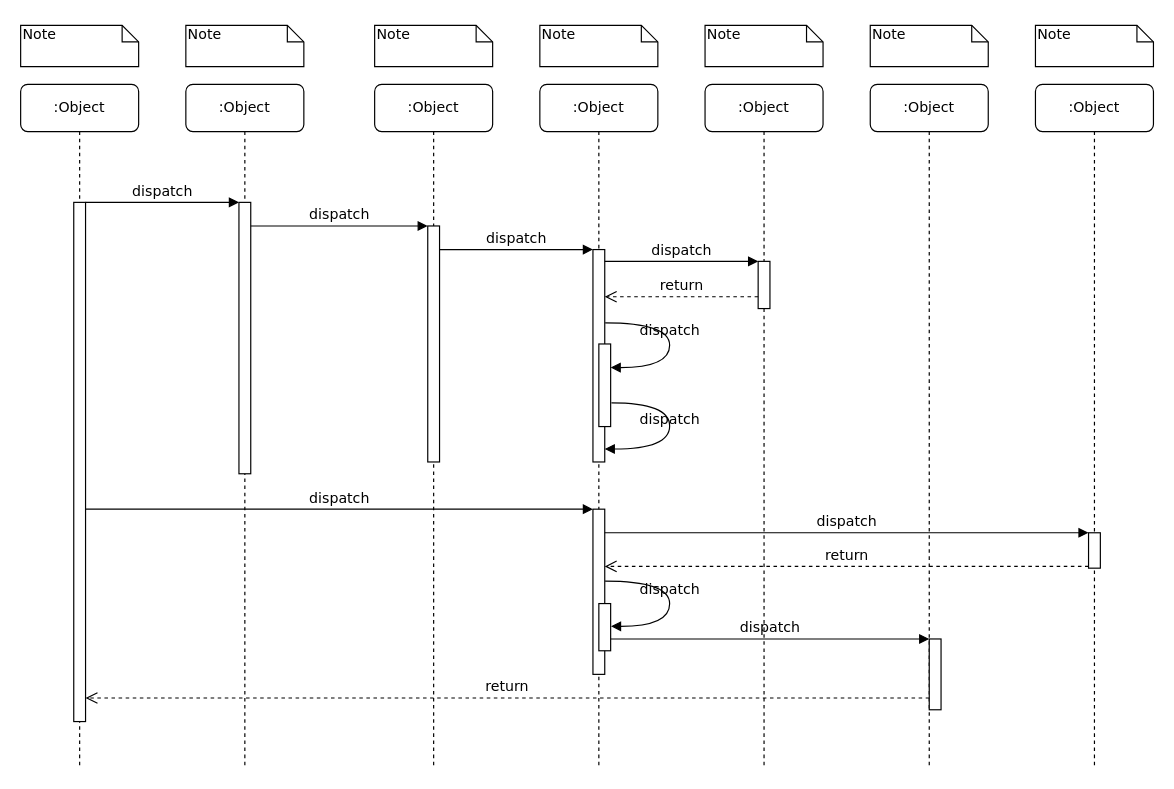
The draw.io diagram Untitled Diagram.drawio in FashionSuperman/file, before the edit. Source tidied: cells renumbered, new cells numbered last; positions are measured from the earlier drawing's top-left corner, leaving out a move shared by most shapes. Both pictures are drawn from the tidied source at 118%, with x=0, y=0 at pixel (20, 25).
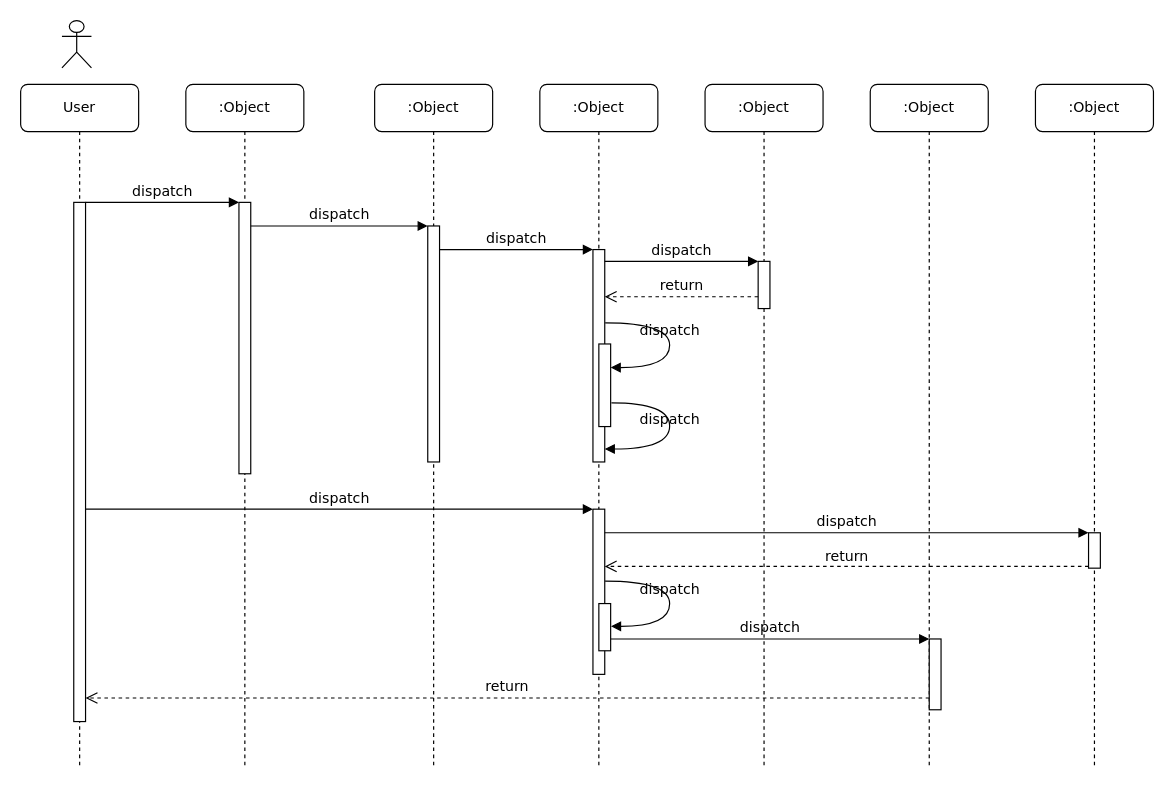
Above is the later version.

The edit, as a diff of the source:
```diff
@@
-    <mxCell id="10" value=":Object" style="shape=umlLifeline;perimeter=lifelinePerimeter;whiteSpace=wrap;html=1;rounded=1;shadow=0;comic=0;labelBackgroundColor=none;strokeWidth=1;fontFamily=Verdana;fontSize=12;align=center;" parent="1" vertex="1">
+    <mxCell id="10" value="User" style="shape=umlLifeline;perimeter=lifelinePerimeter;whiteSpace=wrap;html=1;rounded=1;shadow=0;comic=0;labelBackgroundColor=none;strokeWidth=1;fontFamily=Verdana;fontSize=12;align=center;" parent="1" vertex="1">
       <mxGeometry y="50" width="100" height="580" as="geometry" />
     </mxCell>
@@
-    <mxCell id="32" value="Note" style="shape=note;whiteSpace=wrap;html=1;size=14;verticalAlign=top;align=left;spacingTop=-6;rounded=0;shadow=0;comic=0;labelBackgroundColor=none;strokeWidth=1;fontFamily=Verdana;fontSize=12;" parent="1" vertex="1">
-      <mxGeometry width="100" height="35" as="geometry" />
-    </mxCell>
-    <mxCell id="33" value="Note" style="shape=note;whiteSpace=wrap;html=1;size=14;verticalAlign=top;align=left;spacingTop=-6;rounded=0;shadow=0;comic=0;labelBackgroundColor=none;strokeWidth=1;fontFamily=Verdana;fontSize=12;" parent="1" vertex="1">
-      <mxGeometry x="140" width="100" height="35" as="geometry" />
-    </mxCell>
-    <mxCell id="34" value="Note" style="shape=note;whiteSpace=wrap;html=1;size=14;verticalAlign=top;align=left;spacingTop=-6;rounded=0;shadow=0;comic=0;labelBackgroundColor=none;strokeWidth=1;fontFamily=Verdana;fontSize=12;" parent="1" vertex="1">
-      <mxGeometry x="300" width="100" height="35" as="geometry" />
-    </mxCell>
-    <mxCell id="35" value="Note" style="shape=note;whiteSpace=wrap;html=1;size=14;verticalAlign=top;align=left;spacingTop=-6;rounded=0;shadow=0;comic=0;labelBackgroundColor=none;strokeWidth=1;fontFamily=Verdana;fontSize=12;" parent="1" vertex="1">
-      <mxGeometry x="440" width="100" height="35" as="geometry" />
-    </mxCell>
-    <mxCell id="36" value="Note" style="shape=note;whiteSpace=wrap;html=1;size=14;verticalAlign=top;align=left;spacingTop=-6;rounded=0;shadow=0;comic=0;labelBackgroundColor=none;strokeWidth=1;fontFamily=Verdana;fontSize=12;" parent="1" vertex="1">
-      <mxGeometry x="580" width="100" height="35" as="geometry" />
-    </mxCell>
-    <mxCell id="37" value="Note" style="shape=note;whiteSpace=wrap;html=1;size=14;verticalAlign=top;align=left;spacingTop=-6;rounded=0;shadow=0;comic=0;labelBackgroundColor=none;strokeWidth=1;fontFamily=Verdana;fontSize=12;" parent="1" vertex="1">
-      <mxGeometry x="720" width="100" height="35" as="geometry" />
-    </mxCell>
-    <mxCell id="38" value="Note" style="shape=note;whiteSpace=wrap;html=1;size=14;verticalAlign=top;align=left;spacingTop=-6;rounded=0;shadow=0;comic=0;labelBackgroundColor=none;strokeWidth=1;fontFamily=Verdana;fontSize=12;" parent="1" vertex="1">
-      <mxGeometry x="860" width="100" height="35" as="geometry" />
-    </mxCell>
+    <mxCell id="39" style="shape=umlActor;verticalLabelPosition=bottom;verticalAlign=top;html=1;" parent="1" vertex="1">
+      <mxGeometry x="35" y="-4" width="25" height="40" as="geometry" />
+    </mxCell>
```
